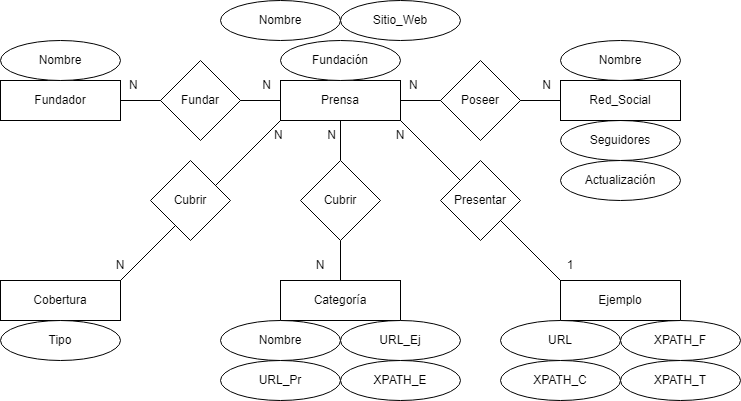
Above: Diagrama entidad-relación.png in azurite-12/INFO133-equipo19 (draw.io), before the change. Source tidied: cells renumbered, new cells last; positions are measured from the earlier drawing's top-left corner, leaving out a move shared by most shapes. The source it was exported from:
```xml
<mxGraphModel>
  <root>
    <mxCell id="0" />
    <mxCell id="1" parent="0" />
    <mxCell id="2" style="rounded=0;whiteSpace=wrap;html=1;" parent="1" vertex="1">
      <mxGeometry x="280" y="80" width="120" height="40" as="geometry" />
    </mxCell>
    <mxCell id="3" value="Prensa" style="text;html=1;strokeColor=none;fillColor=none;align=center;verticalAlign=middle;whiteSpace=wrap;rounded=0;" parent="1" vertex="1">
      <mxGeometry x="280" y="80" width="120" height="40" as="geometry" />
    </mxCell>
    <mxCell id="4" style="ellipse;whiteSpace=wrap;html=1;" parent="1" vertex="1">
      <mxGeometry x="220" width="120" height="40" as="geometry" />
    </mxCell>
    <mxCell id="5" value="Nombre" style="text;html=1;strokeColor=none;fillColor=none;align=center;verticalAlign=middle;whiteSpace=wrap;rounded=0;" parent="1" vertex="1">
      <mxGeometry x="220" width="120" height="40" as="geometry" />
    </mxCell>
    <mxCell id="6" style="ellipse;whiteSpace=wrap;html=1;" parent="1" vertex="1">
      <mxGeometry x="280" y="40" width="120" height="40" as="geometry" />
    </mxCell>
    <mxCell id="7" value="Fundación" style="text;html=1;strokeColor=none;fillColor=none;align=center;verticalAlign=middle;whiteSpace=wrap;rounded=0;" parent="1" vertex="1">
      <mxGeometry x="280" y="40" width="120" height="40" as="geometry" />
    </mxCell>
    <mxCell id="8" style="ellipse;whiteSpace=wrap;html=1;" parent="1" vertex="1">
      <mxGeometry x="340" width="120" height="40" as="geometry" />
    </mxCell>
    <mxCell id="9" value="Sitio_Web" style="text;html=1;strokeColor=none;fillColor=none;align=center;verticalAlign=middle;whiteSpace=wrap;rounded=0;" parent="1" vertex="1">
      <mxGeometry x="340" width="120" height="40" as="geometry" />
    </mxCell>
    <mxCell id="10" style="ellipse;whiteSpace=wrap;html=1;" parent="1" vertex="1">
      <mxGeometry x="560" y="40" width="120" height="40" as="geometry" />
    </mxCell>
    <mxCell id="11" value="Nombre" style="text;html=1;strokeColor=none;fillColor=none;align=center;verticalAlign=middle;whiteSpace=wrap;rounded=0;" parent="1" vertex="1">
      <mxGeometry x="560" y="40" width="120" height="40" as="geometry" />
    </mxCell>
    <mxCell id="12" style="ellipse;whiteSpace=wrap;html=1;" parent="1" vertex="1">
      <mxGeometry x="560" y="120" width="120" height="40" as="geometry" />
    </mxCell>
    <mxCell id="13" value="Seguidores" style="text;html=1;strokeColor=none;fillColor=none;align=center;verticalAlign=middle;whiteSpace=wrap;rounded=0;" parent="1" vertex="1">
      <mxGeometry x="560" y="120" width="120" height="40" as="geometry" />
    </mxCell>
    <mxCell id="14" style="ellipse;whiteSpace=wrap;html=1;" parent="1" vertex="1">
      <mxGeometry x="560" y="160" width="120" height="40" as="geometry" />
    </mxCell>
    <mxCell id="15" value="Actualización" style="text;html=1;strokeColor=none;fillColor=none;align=center;verticalAlign=middle;whiteSpace=wrap;rounded=0;" parent="1" vertex="1">
      <mxGeometry x="560" y="160" width="120" height="40" as="geometry" />
    </mxCell>
    <mxCell id="16" style="rounded=0;whiteSpace=wrap;html=1;" parent="1" vertex="1">
      <mxGeometry x="560" y="80" width="120" height="40" as="geometry" />
    </mxCell>
    <mxCell id="17" value="Red_Social" style="text;html=1;strokeColor=none;fillColor=none;align=center;verticalAlign=middle;whiteSpace=wrap;rounded=0;" parent="1" vertex="1">
      <mxGeometry x="560" y="80" width="120" height="40" as="geometry" />
    </mxCell>
    <mxCell id="18" style="endArrow=none;html=1;rounded=0;exitX=1;exitY=0.5;exitDx=0;exitDy=0;entryX=0;entryY=0.5;entryDx=0;entryDy=0;" parent="1" edge="1" source="3" target="17">
      <mxGeometry relative="1" as="geometry" />
    </mxCell>
    <mxCell id="19" style="rhombus;whiteSpace=wrap;html=1;" parent="1" vertex="1">
      <mxGeometry x="440" y="60" width="80" height="80" as="geometry" />
    </mxCell>
    <mxCell id="20" value="Poseer" style="text;html=1;strokeColor=none;fillColor=none;align=center;verticalAlign=middle;whiteSpace=wrap;rounded=0;" parent="1" vertex="1">
      <mxGeometry x="450" y="85" width="60" height="30" as="geometry" />
    </mxCell>
    <mxCell id="21" value="N&lt;span style=&quot;white-space: pre;&quot;&gt;&#9;&lt;/span&gt;&lt;span style=&quot;white-space: pre;&quot;&gt;&#9;&lt;/span&gt;&lt;span style=&quot;white-space: pre;&quot;&gt;&#9;&lt;/span&gt;&lt;span style=&quot;white-space: pre;&quot;&gt;&#9;&lt;/span&gt;&lt;span style=&quot;white-space: pre;&quot;&gt;&#9;&lt;/span&gt;N" style="text;html=1;strokeColor=none;fillColor=none;align=center;verticalAlign=middle;whiteSpace=wrap;rounded=0;" parent="1" vertex="1">
      <mxGeometry x="400" y="70" width="160" height="30" as="geometry" />
    </mxCell>
    <mxCell id="22" style="rounded=0;whiteSpace=wrap;html=1;" parent="1" vertex="1">
      <mxGeometry x="280" y="280" width="120" height="40" as="geometry" />
    </mxCell>
    <mxCell id="23" value="Categoría" style="text;html=1;strokeColor=none;fillColor=none;align=center;verticalAlign=middle;whiteSpace=wrap;rounded=0;" parent="1" vertex="1">
      <mxGeometry x="280" y="280" width="120" height="40" as="geometry" />
    </mxCell>
    <mxCell id="24" style="endArrow=none;html=1;rounded=0;exitX=0.5;exitY=0;exitDx=0;exitDy=0;entryX=0.5;entryY=1;entryDx=0;entryDy=0;" parent="1" edge="1" source="26" target="3">
      <mxGeometry relative="1" as="geometry" />
    </mxCell>
    <mxCell id="25" style="endArrow=none;html=1;rounded=0;exitX=0.5;exitY=0;exitDx=0;exitDy=0;entryX=0.5;entryY=1;entryDx=0;entryDy=0;" parent="1" edge="1" source="23" target="26">
      <mxGeometry relative="1" as="geometry" />
    </mxCell>
    <mxCell id="26" style="rhombus;whiteSpace=wrap;html=1;" parent="1" vertex="1">
      <mxGeometry x="300" y="160" width="80" height="80" as="geometry" />
    </mxCell>
    <mxCell id="27" value="Cubrir" style="text;html=1;strokeColor=none;fillColor=none;align=center;verticalAlign=middle;whiteSpace=wrap;rounded=0;" parent="1" vertex="1">
      <mxGeometry x="310" y="185" width="60" height="30" as="geometry" />
    </mxCell>
    <mxCell id="28" value="N&lt;span style=&quot;white-space: pre;&quot;&gt;&#9;&lt;/span&gt;&lt;span style=&quot;white-space: pre;&quot;&gt;&#9;&lt;/span&gt;N" style="text;html=1;strokeColor=none;fillColor=none;align=center;verticalAlign=middle;whiteSpace=wrap;rounded=0;" parent="1" vertex="1">
      <mxGeometry x="270" y="120" width="70" height="30" as="geometry" />
    </mxCell>
    <mxCell id="29" value="N" style="text;html=1;strokeColor=none;fillColor=none;align=center;verticalAlign=middle;whiteSpace=wrap;rounded=0;" parent="1" vertex="1">
      <mxGeometry x="290" y="250" width="60" height="30" as="geometry" />
    </mxCell>
    <mxCell id="30" style="ellipse;whiteSpace=wrap;html=1;" parent="1" vertex="1">
      <mxGeometry x="220" y="320" width="120" height="40" as="geometry" />
    </mxCell>
    <mxCell id="31" value="Nombre" style="text;html=1;strokeColor=none;fillColor=none;align=center;verticalAlign=middle;whiteSpace=wrap;rounded=0;" parent="1" vertex="1">
      <mxGeometry x="220" y="320" width="120" height="40" as="geometry" />
    </mxCell>
    <mxCell id="32" style="ellipse;whiteSpace=wrap;html=1;" parent="1" vertex="1">
      <mxGeometry x="220" y="360" width="120" height="40" as="geometry" />
    </mxCell>
    <mxCell id="33" value="URL_Pr" style="text;html=1;strokeColor=none;fillColor=none;align=center;verticalAlign=middle;whiteSpace=wrap;rounded=0;" parent="1" vertex="1">
      <mxGeometry x="220" y="360" width="120" height="40" as="geometry" />
    </mxCell>
    <mxCell id="34" style="ellipse;whiteSpace=wrap;html=1;" parent="1" vertex="1">
      <mxGeometry x="340" y="320" width="120" height="40" as="geometry" />
    </mxCell>
    <mxCell id="35" value="URL_Ej" style="text;html=1;strokeColor=none;fillColor=none;align=center;verticalAlign=middle;whiteSpace=wrap;rounded=0;" parent="1" vertex="1">
      <mxGeometry x="340" y="320" width="120" height="40" as="geometry" />
    </mxCell>
    <mxCell id="36" style="ellipse;whiteSpace=wrap;html=1;" parent="1" vertex="1">
      <mxGeometry x="340" y="360" width="120" height="40" as="geometry" />
    </mxCell>
    <mxCell id="37" value="XPATH_E" style="text;html=1;strokeColor=none;fillColor=none;align=center;verticalAlign=middle;whiteSpace=wrap;rounded=0;" parent="1" vertex="1">
      <mxGeometry x="340" y="360" width="120" height="40" as="geometry" />
    </mxCell>
    <mxCell id="38" style="rounded=0;whiteSpace=wrap;html=1;" parent="1" vertex="1">
      <mxGeometry x="560" y="280" width="120" height="40" as="geometry" />
    </mxCell>
    <mxCell id="39" value="Ejemplo" style="text;html=1;strokeColor=none;fillColor=none;align=center;verticalAlign=middle;whiteSpace=wrap;rounded=0;" parent="1" vertex="1">
      <mxGeometry x="560" y="280" width="120" height="40" as="geometry" />
    </mxCell>
    <mxCell id="40" style="endArrow=none;html=1;rounded=0;exitX=0;exitY=0;exitDx=0;exitDy=0;entryX=1;entryY=1;entryDx=0;entryDy=0;" parent="1" edge="1" source="39" target="3">
      <mxGeometry relative="1" as="geometry" />
    </mxCell>
    <mxCell id="41" style="rhombus;whiteSpace=wrap;html=1;" parent="1" vertex="1">
      <mxGeometry x="440" y="160" width="80" height="80" as="geometry" />
    </mxCell>
    <mxCell id="42" value="Presentar" style="text;html=1;strokeColor=none;fillColor=none;align=center;verticalAlign=middle;whiteSpace=wrap;rounded=0;" parent="1" vertex="1">
      <mxGeometry x="450" y="185" width="60" height="30" as="geometry" />
    </mxCell>
    <mxCell id="43" value="N" style="text;html=1;strokeColor=none;fillColor=none;align=center;verticalAlign=middle;whiteSpace=wrap;rounded=0;" parent="1" vertex="1">
      <mxGeometry x="370" y="120" width="60" height="30" as="geometry" />
    </mxCell>
    <mxCell id="44" value="1" style="text;html=1;strokeColor=none;fillColor=none;align=center;verticalAlign=middle;whiteSpace=wrap;rounded=0;" parent="1" vertex="1">
      <mxGeometry x="540" y="250" width="60" height="30" as="geometry" />
    </mxCell>
    <mxCell id="45" style="ellipse;whiteSpace=wrap;html=1;" parent="1" vertex="1">
      <mxGeometry x="620" y="320" width="120" height="40" as="geometry" />
    </mxCell>
    <mxCell id="46" value="XPATH_F" style="text;html=1;strokeColor=none;fillColor=none;align=center;verticalAlign=middle;whiteSpace=wrap;rounded=0;" parent="1" vertex="1">
      <mxGeometry x="620" y="320" width="120" height="40" as="geometry" />
    </mxCell>
    <mxCell id="47" style="ellipse;whiteSpace=wrap;html=1;" parent="1" vertex="1">
      <mxGeometry x="500" y="360" width="120" height="40" as="geometry" />
    </mxCell>
    <mxCell id="48" value="XPATH_C" style="text;html=1;strokeColor=none;fillColor=none;align=center;verticalAlign=middle;whiteSpace=wrap;rounded=0;" parent="1" vertex="1">
      <mxGeometry x="500" y="360" width="120" height="40" as="geometry" />
    </mxCell>
    <mxCell id="49" style="ellipse;whiteSpace=wrap;html=1;" parent="1" vertex="1">
      <mxGeometry x="620" y="360" width="120" height="40" as="geometry" />
    </mxCell>
    <mxCell id="50" value="XPATH_T" style="text;html=1;strokeColor=none;fillColor=none;align=center;verticalAlign=middle;whiteSpace=wrap;rounded=0;" parent="1" vertex="1">
      <mxGeometry x="620" y="360" width="120" height="40" as="geometry" />
    </mxCell>
    <mxCell id="51" value="URL" style="ellipse;whiteSpace=wrap;html=1;" parent="1" vertex="1">
      <mxGeometry x="500" y="320" width="120" height="40" as="geometry" />
    </mxCell>
    <mxCell id="52" style="rounded=0;whiteSpace=wrap;html=1;" parent="1" vertex="1">
      <mxGeometry y="80" width="120" height="40" as="geometry" />
    </mxCell>
    <mxCell id="53" value="Fundador" style="text;html=1;strokeColor=none;fillColor=none;align=center;verticalAlign=middle;whiteSpace=wrap;rounded=0;" parent="1" vertex="1">
      <mxGeometry y="80" width="120" height="40" as="geometry" />
    </mxCell>
    <mxCell id="54" style="ellipse;whiteSpace=wrap;html=1;" parent="1" vertex="1">
      <mxGeometry y="40" width="120" height="40" as="geometry" />
    </mxCell>
    <mxCell id="55" value="Nombre" style="text;html=1;strokeColor=none;fillColor=none;align=center;verticalAlign=middle;whiteSpace=wrap;rounded=0;" parent="1" vertex="1">
      <mxGeometry y="40" width="120" height="40" as="geometry" />
    </mxCell>
    <mxCell id="56" style="endArrow=none;html=1;rounded=0;exitX=0;exitY=0.5;exitDx=0;exitDy=0;entryX=1;entryY=0.5;entryDx=0;entryDy=0;" parent="1" edge="1" source="3" target="53">
      <mxGeometry relative="1" as="geometry" />
    </mxCell>
    <mxCell id="57" style="rhombus;whiteSpace=wrap;html=1;" parent="1" vertex="1">
      <mxGeometry x="160" y="60" width="80" height="80" as="geometry" />
    </mxCell>
    <mxCell id="58" value="Fundar" style="text;html=1;strokeColor=none;fillColor=none;align=center;verticalAlign=middle;whiteSpace=wrap;rounded=0;" parent="1" vertex="1">
      <mxGeometry x="170" y="85" width="60" height="30" as="geometry" />
    </mxCell>
    <mxCell id="59" value="N&lt;span style=&quot;white-space: pre;&quot;&gt;&#9;&lt;/span&gt;&lt;span style=&quot;white-space: pre;&quot;&gt;&#9;&lt;/span&gt;&lt;span style=&quot;white-space: pre;&quot;&gt;&#9;&lt;/span&gt;&lt;span style=&quot;white-space: pre;&quot;&gt;&#9;&lt;/span&gt;&lt;span style=&quot;white-space: pre;&quot;&gt;&#9;&lt;/span&gt;N" style="text;html=1;strokeColor=none;fillColor=none;align=center;verticalAlign=middle;whiteSpace=wrap;rounded=0;" parent="1" vertex="1">
      <mxGeometry x="120" y="70" width="160" height="30" as="geometry" />
    </mxCell>
    <mxCell id="60" style="rounded=0;whiteSpace=wrap;html=1;" parent="1" vertex="1">
      <mxGeometry y="280" width="120" height="40" as="geometry" />
    </mxCell>
    <mxCell id="61" value="Cobertura" style="text;html=1;strokeColor=none;fillColor=none;align=center;verticalAlign=middle;whiteSpace=wrap;rounded=0;" parent="1" vertex="1">
      <mxGeometry y="280" width="120" height="40" as="geometry" />
    </mxCell>
    <mxCell id="62" style="ellipse;whiteSpace=wrap;html=1;" parent="1" vertex="1">
      <mxGeometry y="320" width="120" height="40" as="geometry" />
    </mxCell>
    <mxCell id="63" value="Tipo" style="text;html=1;strokeColor=none;fillColor=none;align=center;verticalAlign=middle;whiteSpace=wrap;rounded=0;" parent="1" vertex="1">
      <mxGeometry y="320" width="120" height="40" as="geometry" />
    </mxCell>
    <mxCell id="64" style="endArrow=none;html=1;rounded=0;exitX=1;exitY=0;exitDx=0;exitDy=0;entryX=0;entryY=1;entryDx=0;entryDy=0;" parent="1" edge="1" source="61" target="3">
      <mxGeometry relative="1" as="geometry" />
    </mxCell>
    <mxCell id="65" style="rhombus;whiteSpace=wrap;html=1;" parent="1" vertex="1">
      <mxGeometry x="150" y="160" width="80" height="80" as="geometry" />
    </mxCell>
    <mxCell id="66" value="Cubrir" style="text;html=1;strokeColor=none;fillColor=none;align=center;verticalAlign=middle;whiteSpace=wrap;rounded=0;" parent="1" vertex="1">
      <mxGeometry x="160" y="185" width="60" height="30" as="geometry" />
    </mxCell>
    <mxCell id="67" value="N" style="text;html=1;strokeColor=none;fillColor=none;align=center;verticalAlign=middle;whiteSpace=wrap;rounded=0;" parent="1" vertex="1">
      <mxGeometry x="90" y="250" width="60" height="30" as="geometry" />
    </mxCell>
  </root>
</mxGraphModel>
```
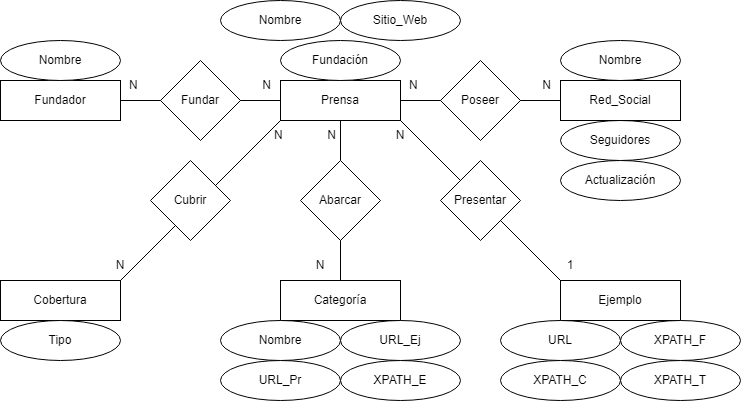
The same file after the commit.

Commit message:
[Diagram fix, Modelo Relacional]

What changed in the source:
```diff
@@ -77,7 +77,7 @@
     <mxCell id="26" style="rhombus;whiteSpace=wrap;html=1;" parent="1" vertex="1">
       <mxGeometry x="300" y="160" width="80" height="80" as="geometry" />
     </mxCell>
-    <mxCell id="27" value="Cubrir" style="text;html=1;strokeColor=none;fillColor=none;align=center;verticalAlign=middle;whiteSpace=wrap;rounded=0;" parent="1" vertex="1">
+    <mxCell id="27" value="Abarcar" style="text;html=1;strokeColor=none;fillColor=none;align=center;verticalAlign=middle;whiteSpace=wrap;rounded=0;" parent="1" vertex="1">
       <mxGeometry x="310" y="185" width="60" height="30" as="geometry" />
     </mxCell>
     <mxCell id="28" value="N&lt;span style=&quot;white-space: pre;&quot;&gt;&#9;&lt;/span&gt;&lt;span style=&quot;white-space: pre;&quot;&gt;&#9;&lt;/span&gt;N" style="text;html=1;strokeColor=none;fillColor=none;align=center;verticalAlign=middle;whiteSpace=wrap;rounded=0;" parent="1" vertex="1">
```
